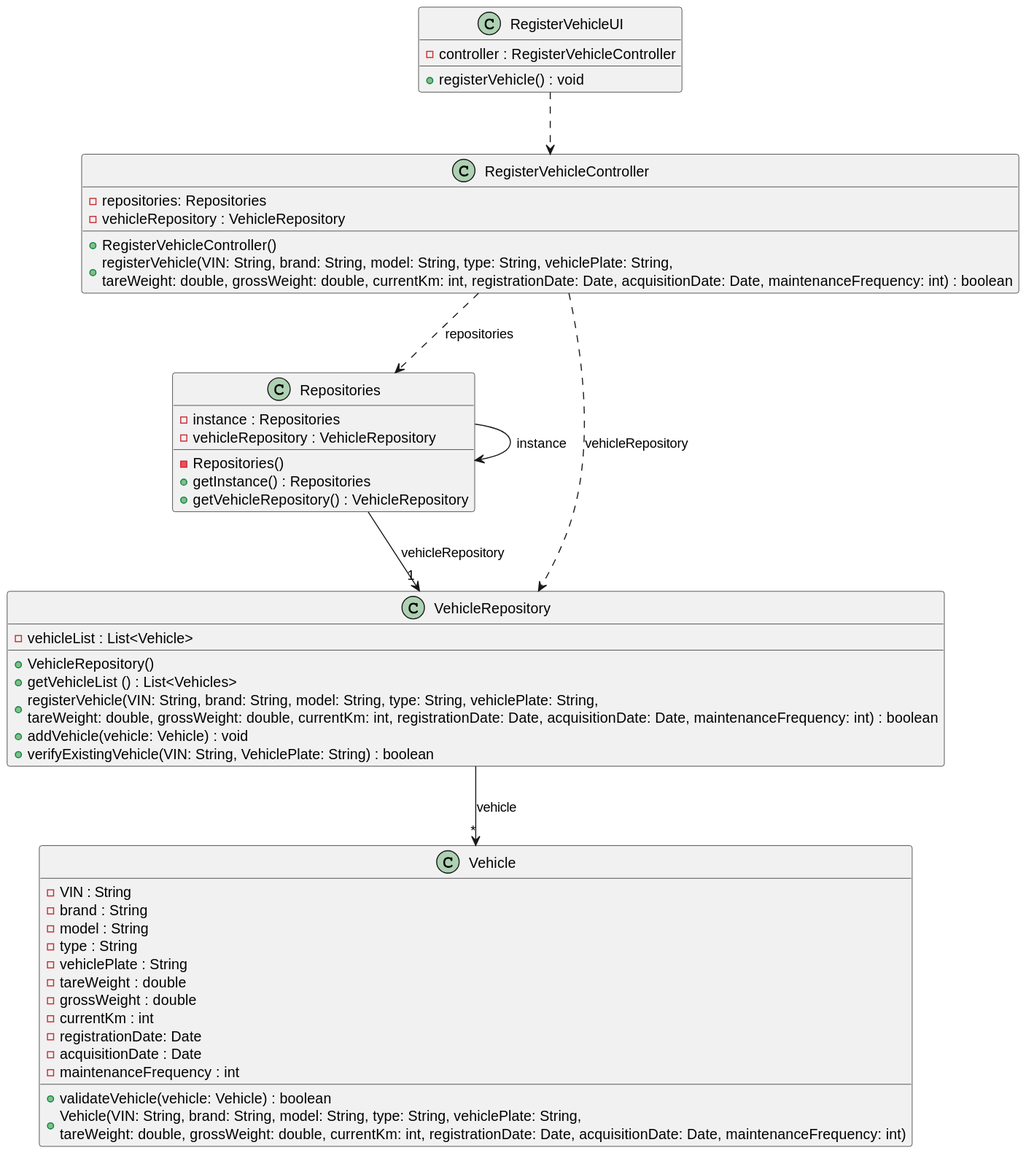
Before: docs/sprintB/us006/03.design/svg/us006-class-diagram.svg, a diagram exported from PlantUML (ricardomm7/leaflink).
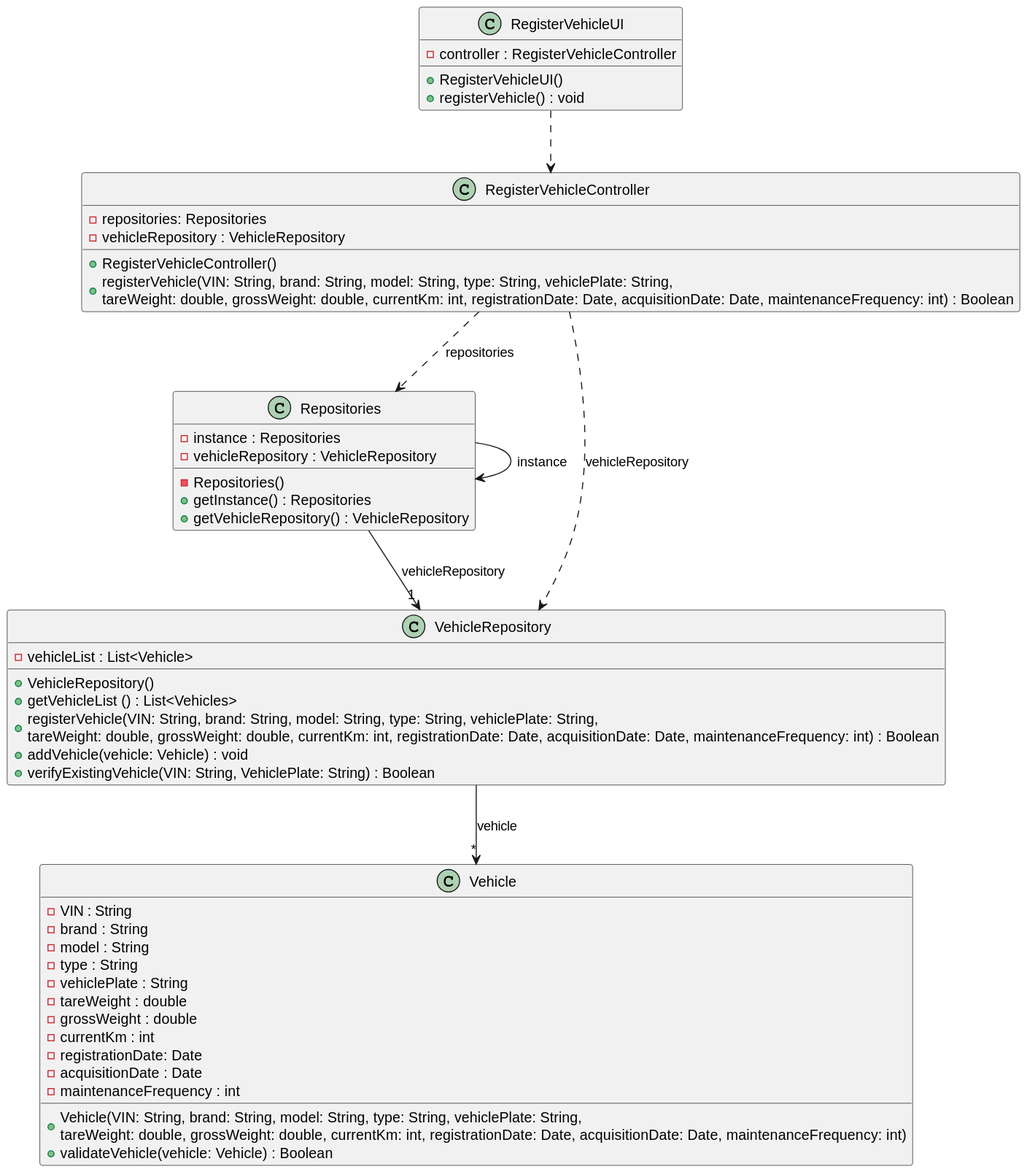
After the commit.

What changed in the source:
```diff
@@ -5,6 +5,7 @@
 
     class RegisterVehicleUI {
         - controller : RegisterVehicleController
+        + RegisterVehicleUI()
         + registerVehicle() : void
     }
 
@@ -13,7 +14,7 @@
         - vehicleRepository : VehicleRepository
 
         + RegisterVehicleController()
-        + registerVehicle(VIN: String, brand: String, model: String, type: String, vehiclePlate: String, \ntareWeight: double, grossWeight: double, currentKm: int, registrationDate: Date, acquisitionDate: Date, maintenanceFrequency: int) : boolean
+        + registerVehicle(VIN: String, brand: String, model: String, type: String, vehiclePlate: String, \ntareWeight: double, grossWeight: double, currentKm: int, registrationDate: Date, acquisitionDate: Date, maintenanceFrequency: int) : Boolean
     }
 
     class Repositories {
@@ -29,9 +30,9 @@
 
         + VehicleRepository()
         + getVehicleList () : List<Vehicles>
-        + registerVehicle(VIN: String, brand: String, model: String, type: String, vehiclePlate: String, \ntareWeight: double, grossWeight: double, currentKm: int, registrationDate: Date, acquisitionDate: Date, maintenanceFrequency: int) : boolean
+        + registerVehicle(VIN: String, brand: String, model: String, type: String, vehiclePlate: String, \ntareWeight: double, grossWeight: double, currentKm: int, registrationDate: Date, acquisitionDate: Date, maintenanceFrequency: int) : Boolean
         + addVehicle(vehicle: Vehicle) : void
-        + verifyExistingVehicle(VIN: String, VehiclePlate: String) : boolean
+        + verifyExistingVehicle(VIN: String, VehiclePlate: String) : Boolean
     }
 
     class Vehicle {
@@ -47,8 +48,8 @@
         - acquisitionDate : Date
         - maintenanceFrequency : int
 
-        + validateVehicle(vehicle: Vehicle) : boolean
         + Vehicle(VIN: String, brand: String, model: String, type: String, vehiclePlate: String, \ntareWeight: double, grossWeight: double, currentKm: int, registrationDate: Date, acquisitionDate: Date, maintenanceFrequency: int)
+        + validateVehicle(vehicle: Vehicle) : Boolean
     }
 
 RegisterVehicleUI ..> RegisterVehicleController
```
